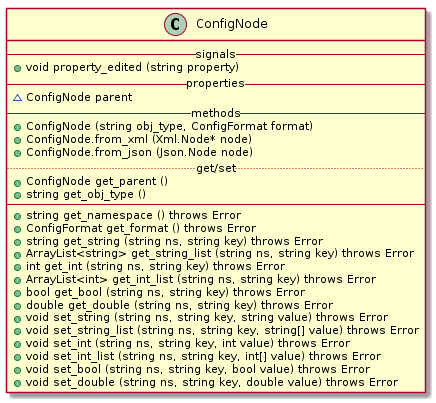
Earlier version of the PlantUML export report/figures/design/class/core/config-node.png (geoffjay/comp8506-docs).
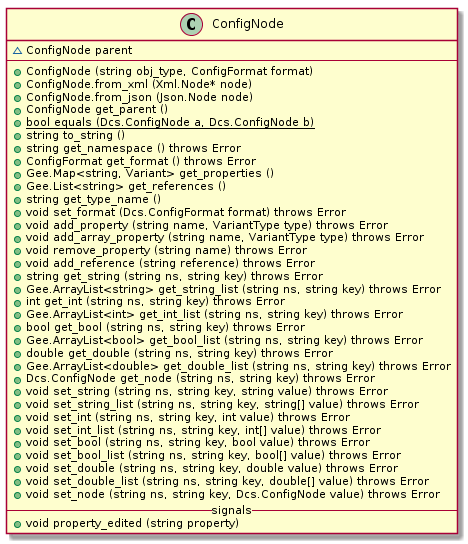
Later version of the same file.

Diff of the diagram source:
```diff
@@ -1,30 +1,42 @@
 @startuml
 class ConfigNode {
-    -- signals --
-    +void property_edited (string property)
-    -- properties --
     ~ConfigNode parent
-    -- methods --
+    ----
     +ConfigNode (string obj_type, ConfigFormat format)
     +ConfigNode.from_xml (Xml.Node* node)
     +ConfigNode.from_json (Json.Node node)
-    .. get/set ..
     +ConfigNode get_parent ()
-    +string get_obj_type ()
-    ----
+    +{static} bool equals (Dcs.ConfigNode a, Dcs.ConfigNode b)
+    +string to_string ()
     +string get_namespace () throws Error
     +ConfigFormat get_format () throws Error
+    +Gee.Map<string, Variant> get_properties ()
+    +Gee.List<string> get_references ()
+    +string get_type_name ()
+    +void set_format (Dcs.ConfigFormat format) throws Error
+    +void add_property (string name, VariantType type) throws Error
+    +void add_array_property (string name, VariantType type) throws Error
+    +void remove_property (string name) throws Error
+    +void add_reference (string reference) throws Error
     +string get_string (string ns, string key) throws Error
-    +ArrayList<string> get_string_list (string ns, string key) throws Error
+    +Gee.ArrayList<string> get_string_list (string ns, string key) throws Error
     +int get_int (string ns, string key) throws Error
-    +ArrayList<int> get_int_list (string ns, string key) throws Error
+    +Gee.ArrayList<int> get_int_list (string ns, string key) throws Error
     +bool get_bool (string ns, string key) throws Error
+    +Gee.ArrayList<bool> get_bool_list (string ns, string key) throws Error
     +double get_double (string ns, string key) throws Error
+    +Gee.ArrayList<double> get_double_list (string ns, string key) throws Error
+    +Dcs.ConfigNode get_node (string ns, string key) throws Error
     +void set_string (string ns, string key, string value) throws Error
     +void set_string_list (string ns, string key, string[] value) throws Error
     +void set_int (string ns, string key, int value) throws Error
     +void set_int_list (string ns, string key, int[] value) throws Error
     +void set_bool (string ns, string key, bool value) throws Error
+    +void set_bool_list (string ns, string key, bool[] value) throws Error
     +void set_double (string ns, string key, double value) throws Error
+    +void set_double_list (string ns, string key, double[] value) throws Error
+    +void set_node (string ns, string key, Dcs.ConfigNode value) throws Error
+    -- signals --
+    +void property_edited (string property)
 }
 @enduml
```
